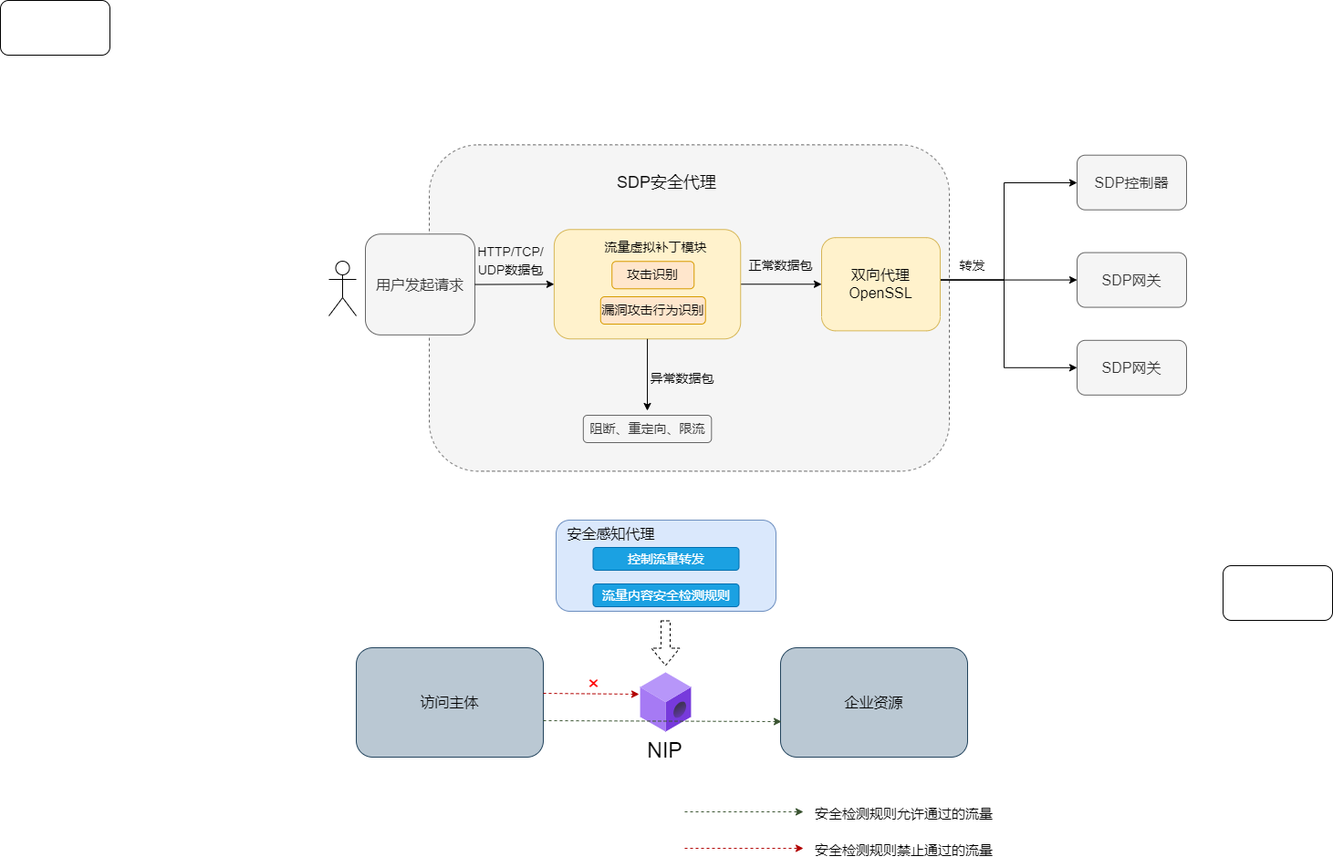
Earlier version of the draw.io export testDirectory/虚拟补丁.drawio.png (Moose1273/-). Source tidied: cells renumbered, new cells last; positions are measured from the earlier drawing's top-left corner, leaving out a move shared by most shapes.
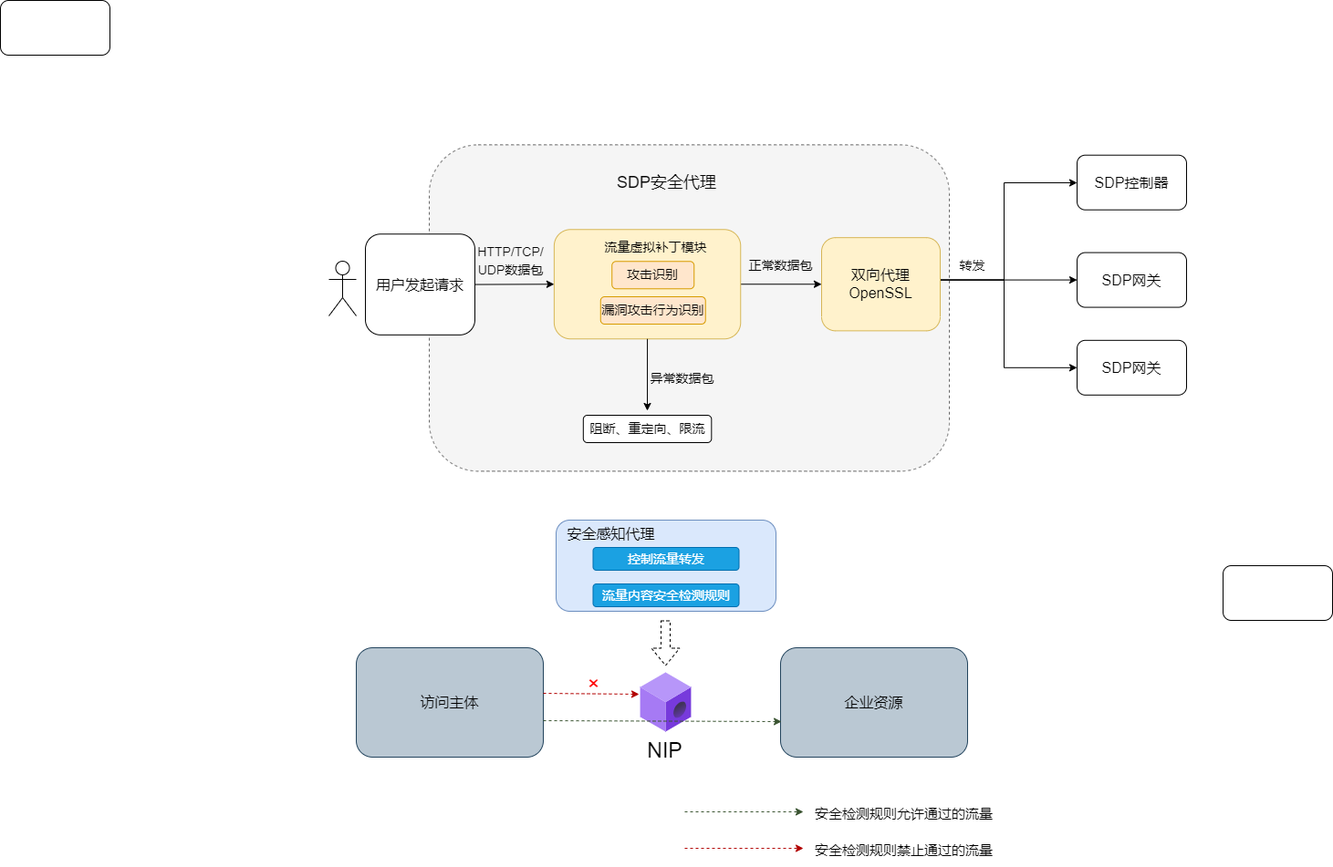
Later version of the same file.

Commit message:
更新虚拟补丁.drawio.png

The edit, as a diff of the source:
```diff
@@ -37,7 +37,7 @@
     <mxCell id="8" style="rounded=1;whiteSpace=wrap;html=1;rotation=90;fillColor=#fff2cc;strokeColor=#d6b656;" parent="1" vertex="1">
       <mxGeometry x="649.1" y="209.1" width="120" height="204.4" as="geometry" />
     </mxCell>
-    <mxCell id="9" value="&lt;font style=&quot;font-size: 16px;&quot;&gt;用户发起请求&lt;/font&gt;" style="rounded=1;whiteSpace=wrap;html=1;fillColor=#f5f5f5;fontColor=#333333;strokeColor=#666666;" parent="1" vertex="1">
+    <mxCell id="9" value="&lt;font style=&quot;font-size: 16px;&quot;&gt;用户发起请求&lt;/font&gt;" style="rounded=1;whiteSpace=wrap;html=1;" parent="1" vertex="1">
       <mxGeometry x="400" y="256.3" width="120" height="110.6" as="geometry" />
     </mxCell>
     <mxCell id="10" value="&lt;font style=&quot;font-size: 14px;&quot;&gt;HTTP/TCP/&lt;br&gt;UDP数据包&lt;/font&gt;" style="text;html=1;align=center;verticalAlign=middle;strokeColor=none;fillColor=none;fontSize=16;" parent="1" vertex="1">
@@ -54,7 +54,7 @@
         <mxPoint x="709" y="450" as="targetPoint" />
       </mxGeometry>
     </mxCell>
-    <mxCell id="14" value="阻断、重定向、限流" style="rounded=1;whiteSpace=wrap;html=1;fontSize=14;fillColor=#f5f5f5;fontColor=#333333;strokeColor=#666666;" parent="1" vertex="1">
+    <mxCell id="14" value="阻断、重定向、限流" style="rounded=1;whiteSpace=wrap;html=1;fontSize=14;" parent="1" vertex="1">
       <mxGeometry x="638.8" y="455" width="140.5" height="30" as="geometry" />
     </mxCell>
     <mxCell id="15" value="正常数据包" style="text;html=1;align=center;verticalAlign=middle;strokeColor=none;fillColor=none;fontSize=14;" parent="1" vertex="1">
@@ -131,13 +131,13 @@
     <mxCell id="34" style="rounded=1;whiteSpace=wrap;html=1;fontSize=16;" parent="1" vertex="1">
       <mxGeometry width="120" height="60" as="geometry" />
     </mxCell>
-    <mxCell id="35" value="SDP控制器" style="rounded=1;whiteSpace=wrap;html=1;fontSize=16;fillColor=#f5f5f5;fontColor=#333333;strokeColor=#666666;" parent="1" vertex="1">
+    <mxCell id="35" value="SDP控制器" style="rounded=1;whiteSpace=wrap;html=1;fontSize=16;" parent="1" vertex="1">
       <mxGeometry x="1180" y="169.7" width="120" height="60" as="geometry" />
     </mxCell>
-    <mxCell id="36" value="SDP网关" style="rounded=1;whiteSpace=wrap;html=1;fontSize=16;fillColor=#f5f5f5;fontColor=#333333;strokeColor=#666666;" parent="1" vertex="1">
+    <mxCell id="36" value="SDP网关" style="rounded=1;whiteSpace=wrap;html=1;fontSize=16;" parent="1" vertex="1">
       <mxGeometry x="1180" y="276.6" width="120" height="60" as="geometry" />
     </mxCell>
-    <mxCell id="37" value="SDP网关" style="rounded=1;whiteSpace=wrap;html=1;fontSize=16;fillColor=#f5f5f5;fontColor=#333333;strokeColor=#666666;" parent="1" vertex="1">
+    <mxCell id="37" value="SDP网关" style="rounded=1;whiteSpace=wrap;html=1;fontSize=16;" parent="1" vertex="1">
       <mxGeometry x="1180" y="372.8" width="120" height="60" as="geometry" />
     </mxCell>
     <mxCell id="38" style="rounded=1;whiteSpace=wrap;html=1;fontSize=16;" parent="1" vertex="1">
```
